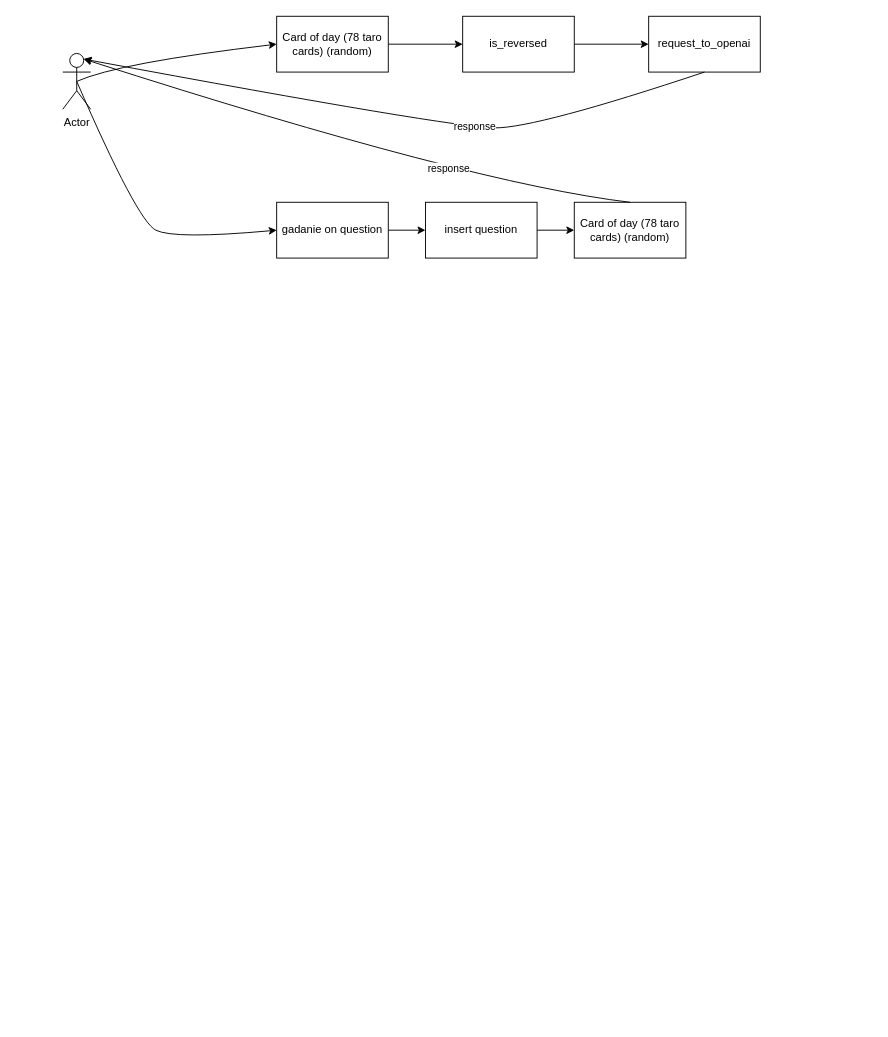
Before: gadalka.drawio in KmvRoman/Diagrams, a draw.io diagram. Source tidied: cells renumbered, new cells numbered last; positions are measured from the earlier drawing's top-left corner, leaving out a move shared by most shapes. Both pictures are drawn from the tidied source at 93%, with x=0, y=0 at pixel (62, 16).
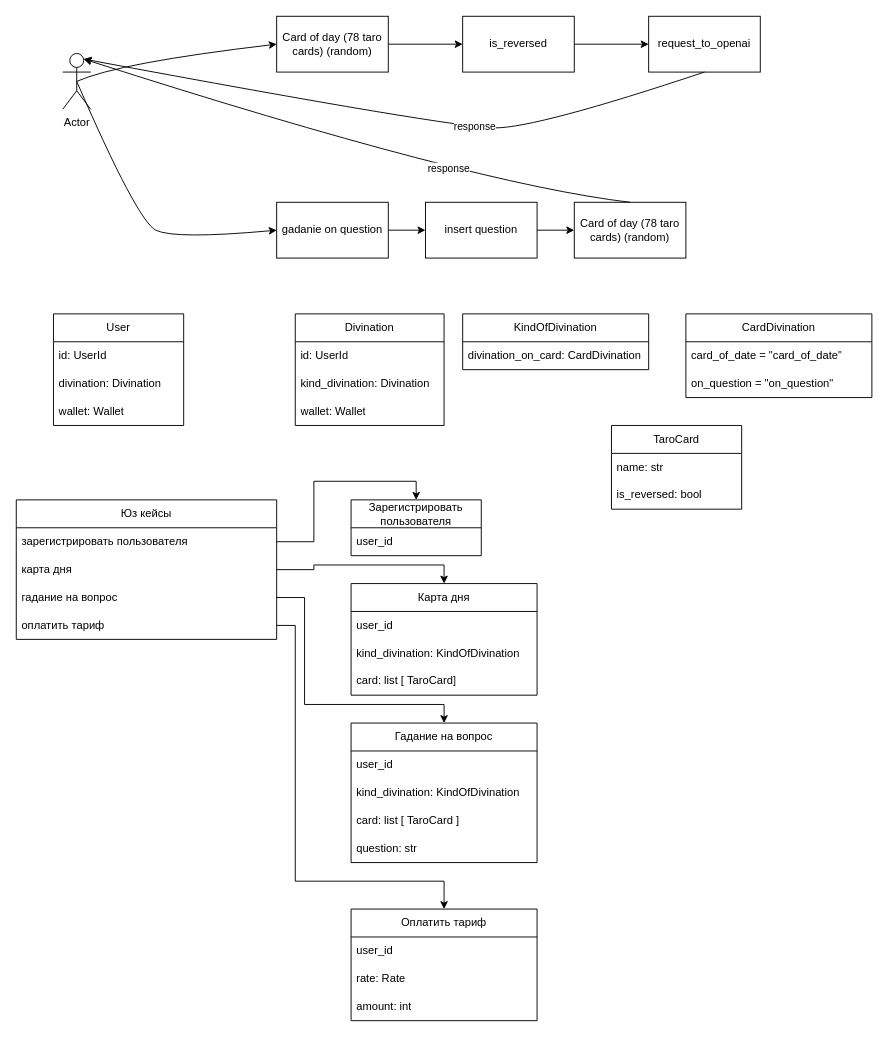
After the change.

The edit, as a diff of the source:
```diff
@@
+    <mxCell id="19" value="User" style="swimlane;fontStyle=0;horizontal=1;startSize=30;whiteSpace=wrap;html=1;" parent="1" vertex="1">
+      <mxGeometry x="-10" y="320" width="140" height="120" as="geometry" />
+    </mxCell>
+    <mxCell id="20" value="id: UserId" style="text;strokeColor=none;fillColor=none;align=left;verticalAlign=middle;spacingLeft=4;spacingRight=4;overflow=hidden;whiteSpace=wrap;html=1;" parent="19" vertex="1">
+      <mxGeometry y="30" width="140" height="30" as="geometry" />
+    </mxCell>
+    <mxCell id="21" value="divination: Divination" style="text;strokeColor=none;fillColor=none;align=left;verticalAlign=middle;spacingLeft=4;spacingRight=4;overflow=hidden;whiteSpace=wrap;html=1;" parent="19" vertex="1">
+      <mxGeometry y="60" width="140" height="30" as="geometry" />
+    </mxCell>
+    <mxCell id="22" value="wallet: Wallet" style="text;strokeColor=none;fillColor=none;align=left;verticalAlign=middle;spacingLeft=4;spacingRight=4;overflow=hidden;whiteSpace=wrap;html=1;" parent="19" vertex="1">
+      <mxGeometry y="90" width="140" height="30" as="geometry" />
+    </mxCell>
+    <mxCell id="23" value="KindOfDivination" style="swimlane;fontStyle=0;horizontal=1;startSize=30;whiteSpace=wrap;html=1;" parent="1" vertex="1">
+      <mxGeometry x="430" y="320" width="200" height="60" as="geometry" />
+    </mxCell>
+    <mxCell id="24" value="divination_on_card: CardDivination" style="text;strokeColor=none;fillColor=none;align=left;verticalAlign=middle;spacingLeft=4;spacingRight=4;overflow=hidden;whiteSpace=wrap;html=1;" parent="23" vertex="1">
+      <mxGeometry y="30" width="200" height="30" as="geometry" />
+    </mxCell>
+    <mxCell id="25" value="CardDivination" style="swimlane;fontStyle=0;horizontal=1;startSize=30;whiteSpace=wrap;html=1;" parent="1" vertex="1">
+      <mxGeometry x="670" y="320" width="200" height="90" as="geometry" />
+    </mxCell>
+    <mxCell id="26" value="card_of_date = &quot;card_of_date&quot;" style="text;strokeColor=none;fillColor=none;align=left;verticalAlign=middle;spacingLeft=4;spacingRight=4;overflow=hidden;whiteSpace=wrap;html=1;" parent="25" vertex="1">
+      <mxGeometry y="30" width="200" height="30" as="geometry" />
+    </mxCell>
+    <mxCell id="27" value="on_question = &quot;on_question&quot;" style="text;strokeColor=none;fillColor=none;align=left;verticalAlign=middle;spacingLeft=4;spacingRight=4;overflow=hidden;whiteSpace=wrap;html=1;" parent="25" vertex="1">
+      <mxGeometry y="60" width="200" height="30" as="geometry" />
+    </mxCell>
+    <mxCell id="28" value="Юз кейсы" style="swimlane;fontStyle=0;horizontal=1;startSize=30;whiteSpace=wrap;html=1;" parent="1" vertex="1">
+      <mxGeometry x="-50" y="520" width="280" height="150" as="geometry" />
+    </mxCell>
+    <mxCell id="29" value="зарегистрировать пользователя" style="text;strokeColor=none;fillColor=none;align=left;verticalAlign=middle;spacingLeft=4;spacingRight=4;overflow=hidden;points=[[0,0.5],[1,0.5]];portConstraint=eastwest;whiteSpace=wrap;html=1;" parent="28" vertex="1">
+      <mxGeometry y="30" width="280" height="30" as="geometry" />
+    </mxCell>
+    <mxCell id="30" value="карта дня" style="text;strokeColor=none;fillColor=none;align=left;verticalAlign=middle;spacingLeft=4;spacingRight=4;overflow=hidden;points=[[0,0.5],[1,0.5]];portConstraint=eastwest;whiteSpace=wrap;html=1;" parent="28" vertex="1">
+      <mxGeometry y="60" width="280" height="30" as="geometry" />
+    </mxCell>
+    <mxCell id="31" value="гадание на вопрос" style="text;strokeColor=none;fillColor=none;align=left;verticalAlign=middle;spacingLeft=4;spacingRight=4;overflow=hidden;points=[[0,0.5],[1,0.5]];portConstraint=eastwest;whiteSpace=wrap;html=1;" parent="28" vertex="1">
+      <mxGeometry y="90" width="280" height="30" as="geometry" />
+    </mxCell>
+    <mxCell id="32" value="оплатить тариф" style="text;strokeColor=none;fillColor=none;align=left;verticalAlign=middle;spacingLeft=4;spacingRight=4;overflow=hidden;points=[[0,0.5],[1,0.5]];portConstraint=eastwest;whiteSpace=wrap;html=1;" parent="28" vertex="1">
+      <mxGeometry y="120" width="280" height="30" as="geometry" />
+    </mxCell>
+    <mxCell id="33" value="Зарегистрировать пользователя" style="swimlane;fontStyle=0;horizontal=1;startSize=30;whiteSpace=wrap;html=1;" parent="1" vertex="1">
+      <mxGeometry x="310" y="520" width="140" height="60" as="geometry" />
+    </mxCell>
+    <mxCell id="34" value="user_id" style="text;strokeColor=none;fillColor=none;align=left;verticalAlign=middle;spacingLeft=4;spacingRight=4;overflow=hidden;whiteSpace=wrap;html=1;" parent="33" vertex="1">
+      <mxGeometry y="30" width="140" height="30" as="geometry" />
+    </mxCell>
+    <mxCell id="35" style="edgeStyle=orthogonalEdgeStyle;rounded=0;jettySize=auto;html=1;entryX=0.5;entryY=0;entryDx=0;entryDy=0;" parent="1" edge="1" source="29" target="33">
+      <mxGeometry relative="1" as="geometry" />
+    </mxCell>
+    <mxCell id="36" value="Divination" style="swimlane;fontStyle=0;horizontal=1;startSize=30;whiteSpace=wrap;html=1;" parent="1" vertex="1">
+      <mxGeometry x="250" y="320" width="160" height="120" as="geometry" />
+    </mxCell>
+    <mxCell id="37" value="id: UserId" style="text;strokeColor=none;fillColor=none;align=left;verticalAlign=middle;spacingLeft=4;spacingRight=4;overflow=hidden;whiteSpace=wrap;html=1;" parent="36" vertex="1">
+      <mxGeometry y="30" width="160" height="30" as="geometry" />
+    </mxCell>
+    <mxCell id="38" value="kind_divination: Divination" style="text;strokeColor=none;fillColor=none;align=left;verticalAlign=middle;spacingLeft=4;spacingRight=4;overflow=hidden;whiteSpace=wrap;html=1;" parent="36" vertex="1">
+      <mxGeometry y="60" width="160" height="30" as="geometry" />
+    </mxCell>
+    <mxCell id="39" value="wallet: Wallet" style="text;strokeColor=none;fillColor=none;align=left;verticalAlign=middle;spacingLeft=4;spacingRight=4;overflow=hidden;whiteSpace=wrap;html=1;" parent="36" vertex="1">
+      <mxGeometry y="90" width="160" height="30" as="geometry" />
+    </mxCell>
+    <mxCell id="40" value="Карта дня" style="swimlane;fontStyle=0;horizontal=1;startSize=30;whiteSpace=wrap;html=1;" parent="1" vertex="1">
+      <mxGeometry x="310" y="610" width="200" height="120" as="geometry" />
+    </mxCell>
+    <mxCell id="41" value="user_id" style="text;strokeColor=none;fillColor=none;align=left;verticalAlign=middle;spacingLeft=4;spacingRight=4;overflow=hidden;whiteSpace=wrap;html=1;" parent="40" vertex="1">
+      <mxGeometry y="30" width="200" height="30" as="geometry" />
+    </mxCell>
+    <mxCell id="42" value="kind_divination:&amp;nbsp;KindOfDivination" style="text;strokeColor=none;fillColor=none;align=left;verticalAlign=middle;spacingLeft=4;spacingRight=4;overflow=hidden;whiteSpace=wrap;html=1;" parent="40" vertex="1">
+      <mxGeometry y="60" width="200" height="30" as="geometry" />
+    </mxCell>
+    <mxCell id="43" value="card: list [&amp;nbsp;TaroCard]" style="text;strokeColor=none;fillColor=none;align=left;verticalAlign=middle;spacingLeft=4;spacingRight=4;overflow=hidden;whiteSpace=wrap;html=1;" parent="40" vertex="1">
+      <mxGeometry y="90" width="200" height="30" as="geometry" />
+    </mxCell>
+    <mxCell id="44" style="edgeStyle=orthogonalEdgeStyle;rounded=0;jettySize=auto;html=1;entryX=0.5;entryY=0;entryDx=0;entryDy=0;" parent="1" edge="1" source="30" target="40">
+      <mxGeometry relative="1" as="geometry">
+        <Array as="points">
+          <mxPoint x="270" y="595" />
+          <mxPoint x="270" y="590" />
+          <mxPoint x="410" y="590" />
+        </Array>
+      </mxGeometry>
+    </mxCell>
+    <mxCell id="45" value="TaroCard" style="swimlane;fontStyle=0;horizontal=1;startSize=30;whiteSpace=wrap;html=1;" parent="1" vertex="1">
+      <mxGeometry x="590" y="440" width="140" height="90" as="geometry" />
+    </mxCell>
+    <mxCell id="46" value="name: str" style="text;strokeColor=none;fillColor=none;align=left;verticalAlign=middle;spacingLeft=4;spacingRight=4;overflow=hidden;whiteSpace=wrap;html=1;" parent="45" vertex="1">
+      <mxGeometry y="30" width="140" height="30" as="geometry" />
+    </mxCell>
+    <mxCell id="47" value="is_reversed: bool" style="text;strokeColor=none;fillColor=none;align=left;verticalAlign=middle;spacingLeft=4;spacingRight=4;overflow=hidden;whiteSpace=wrap;html=1;" parent="45" vertex="1">
+      <mxGeometry y="60" width="140" height="30" as="geometry" />
+    </mxCell>
+    <mxCell id="48" value="Гадание на вопрос" style="swimlane;fontStyle=0;horizontal=1;startSize=30;whiteSpace=wrap;html=1;" parent="1" vertex="1">
+      <mxGeometry x="310" y="760" width="200" height="150" as="geometry" />
+    </mxCell>
+    <mxCell id="49" value="user_id" style="text;strokeColor=none;fillColor=none;align=left;verticalAlign=middle;spacingLeft=4;spacingRight=4;overflow=hidden;whiteSpace=wrap;html=1;" parent="48" vertex="1">
+      <mxGeometry y="30" width="200" height="30" as="geometry" />
+    </mxCell>
+    <mxCell id="50" value="kind_divination:&amp;nbsp;KindOfDivination" style="text;strokeColor=none;fillColor=none;align=left;verticalAlign=middle;spacingLeft=4;spacingRight=4;overflow=hidden;whiteSpace=wrap;html=1;" parent="48" vertex="1">
+      <mxGeometry y="60" width="200" height="30" as="geometry" />
+    </mxCell>
+    <mxCell id="51" value="card: list [&amp;nbsp;TaroCard ]" style="text;strokeColor=none;fillColor=none;align=left;verticalAlign=middle;spacingLeft=4;spacingRight=4;overflow=hidden;whiteSpace=wrap;html=1;" parent="48" vertex="1">
+      <mxGeometry y="90" width="200" height="30" as="geometry" />
+    </mxCell>
+    <mxCell id="52" value="question: str" style="text;strokeColor=none;fillColor=none;align=left;verticalAlign=middle;spacingLeft=4;spacingRight=4;overflow=hidden;whiteSpace=wrap;html=1;" parent="48" vertex="1">
+      <mxGeometry y="120" width="200" height="30" as="geometry" />
+    </mxCell>
+    <mxCell id="53" style="edgeStyle=orthogonalEdgeStyle;rounded=0;jettySize=auto;html=1;entryX=0.5;entryY=0;entryDx=0;entryDy=0;" parent="1" edge="1" source="31" target="48">
+      <mxGeometry relative="1" as="geometry">
+        <Array as="points">
+          <mxPoint x="260" y="625" />
+          <mxPoint x="260" y="740" />
+          <mxPoint x="410" y="740" />
+        </Array>
+      </mxGeometry>
+    </mxCell>
+    <mxCell id="54" value="Оплатить тариф" style="swimlane;fontStyle=0;horizontal=1;startSize=30;whiteSpace=wrap;html=1;" parent="1" vertex="1">
+      <mxGeometry x="310" y="960" width="200" height="120" as="geometry" />
+    </mxCell>
+    <mxCell id="55" value="user_id" style="text;strokeColor=none;fillColor=none;align=left;verticalAlign=middle;spacingLeft=4;spacingRight=4;overflow=hidden;whiteSpace=wrap;html=1;" parent="54" vertex="1">
+      <mxGeometry y="30" width="200" height="30" as="geometry" />
+    </mxCell>
+    <mxCell id="56" value="rate: Rate" style="text;strokeColor=none;fillColor=none;align=left;verticalAlign=middle;spacingLeft=4;spacingRight=4;overflow=hidden;whiteSpace=wrap;html=1;" parent="54" vertex="1">
+      <mxGeometry y="60" width="200" height="30" as="geometry" />
+    </mxCell>
+    <mxCell id="57" value="amount: int" style="text;strokeColor=none;fillColor=none;align=left;verticalAlign=middle;spacingLeft=4;spacingRight=4;overflow=hidden;whiteSpace=wrap;html=1;" parent="54" vertex="1">
+      <mxGeometry y="90" width="200" height="30" as="geometry" />
+    </mxCell>
+    <mxCell id="58" style="edgeStyle=orthogonalEdgeStyle;rounded=0;jettySize=auto;html=1;entryX=0.5;entryY=0;entryDx=0;entryDy=0;" parent="1" edge="1" source="32" target="54">
+      <mxGeometry relative="1" as="geometry">
+        <Array as="points">
+          <mxPoint x="250" y="655" />
+          <mxPoint x="250" y="930" />
+          <mxPoint x="410" y="930" />
+        </Array>
+      </mxGeometry>
+    </mxCell>
```
